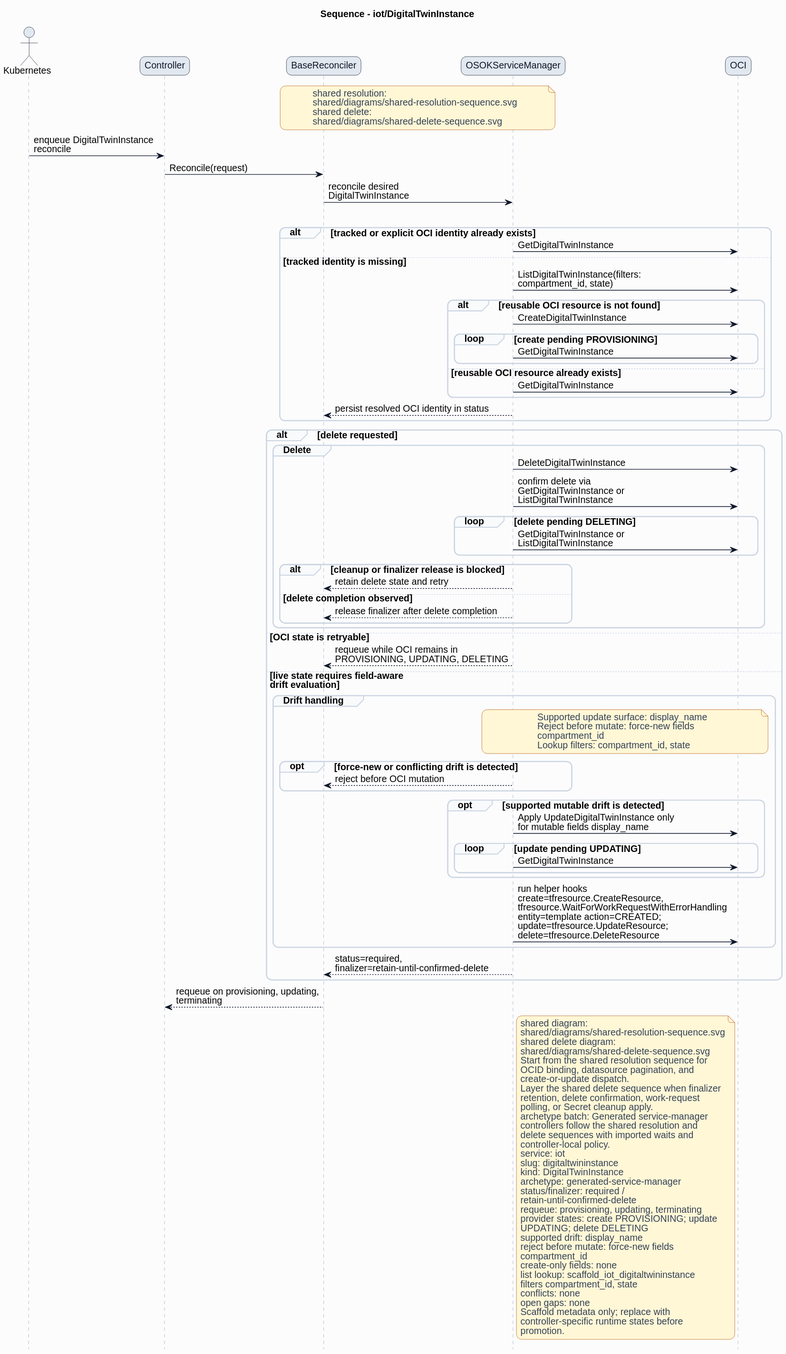
This is formal/controllers/iot/digitaltwininstance/diagrams/sequence.svg from HaoyL666/oci-service-operator, a PlantUML export, as it was before one commit. The source it was exported from:
```plantuml
@startuml
skinparam shadowing false
skinparam backgroundColor #fcfcfd
skinparam defaultFontName Helvetica
skinparam defaultFontSize 14
skinparam arrowColor #0f172a
skinparam noteBackgroundColor #fff7d6
skinparam noteBorderColor #b45309
skinparam noteFontColor #334155
skinparam roundcorner 16
title Sequence - iot/DigitalTwinInstance
hide footbox
skinparam sequence {
  actorBorderColor #0f172a
  actorBackgroundColor #e2e8f0
  participantBorderColor #0f172a
  participantBackgroundColor #e2e8f0
  participantFontColor #0f172a
  lifeLineBorderColor #94a3b8
  groupBorderColor #cbd5e1
  groupBackgroundColor #f8fafc
}
actor Kubernetes
participant Controller
participant BaseReconciler
participant "OSOKServiceManager" as ServiceManager
participant OCI
note over BaseReconciler,ServiceManager
shared resolution:
shared/diagrams/shared-resolution-sequence.svg
shared delete:
shared/diagrams/shared-delete-sequence.svg
end note
Kubernetes -> Controller: enqueue DigitalTwinInstance\nreconcile
Controller -> BaseReconciler: Reconcile(request)
BaseReconciler -> ServiceManager: reconcile desired\nDigitalTwinInstance
group Lookup and bind
alt tracked or explicit OCI identity already exists
ServiceManager -> OCI: GetDigitalTwinInstance
else tracked identity is missing
ServiceManager -> OCI: ListDigitalTwinInstance(filters:\ncompartment_id, state)
alt reusable OCI resource is not found
ServiceManager -> OCI: CreateDigitalTwinInstance
loop create pending PROVISIONING
ServiceManager -> OCI: GetDigitalTwinInstance
end
else reusable OCI resource already exists
ServiceManager -> OCI: GetDigitalTwinInstance
end
ServiceManager --> BaseReconciler: persist resolved OCI identity in status
end
alt delete requested
group Delete
ServiceManager -> OCI: DeleteDigitalTwinInstance
ServiceManager -> OCI: confirm delete via\nGetDigitalTwinInstance or\nListDigitalTwinInstance
loop delete pending DELETING
ServiceManager -> OCI: GetDigitalTwinInstance or\nListDigitalTwinInstance
end
alt cleanup or finalizer release is blocked
ServiceManager --> BaseReconciler: retain delete state and retry
else delete completion observed
ServiceManager --> BaseReconciler: release finalizer after delete completion
end
end
else OCI state is retryable
ServiceManager --> BaseReconciler: requeue while OCI remains in\nPROVISIONING, UPDATING, DELETING
else live state requires field-aware\ndrift evaluation
group Drift handling
note over ServiceManager,OCI
Supported update surface: display_name
Reject before mutate: force-new fields
compartment_id
Lookup filters: compartment_id, state
end note
opt force-new or conflicting drift is detected
ServiceManager --> BaseReconciler: reject before OCI mutation
end
opt supported mutable drift is detected
ServiceManager -> OCI: Apply UpdateDigitalTwinInstance only\nfor mutable fields display_name
loop update pending UPDATING
ServiceManager -> OCI: GetDigitalTwinInstance
end
end
ServiceManager -> OCI: run helper hooks\ncreate=tfresource.CreateResource,\ntfresource.WaitForWorkRequestWithErrorHandling\nentity=template action=CREATED;\nupdate=tfresource.UpdateResource;\ndelete=tfresource.DeleteResource
end
ServiceManager --> BaseReconciler: status=required,\nfinalizer=retain-until-confirmed-delete
end
BaseReconciler --> Controller: requeue on provisioning, updating,\nterminating
note right of ServiceManager
shared diagram:
shared/diagrams/shared-resolution-sequence.svg
shared delete diagram:
shared/diagrams/shared-delete-sequence.svg
Start from the shared resolution sequence for
OCID binding, datasource pagination, and
create-or-update dispatch.
Layer the shared delete sequence when finalizer
retention, delete confirmation, work-request
polling, or Secret cleanup apply.
archetype batch: Generated service-manager
controllers follow the shared resolution and
delete sequences with imported waits and
controller-local policy.
service: iot
slug: digitaltwininstance
kind: DigitalTwinInstance
archetype: generated-service-manager
status/finalizer: required /
retain-until-confirmed-delete
requeue: provisioning, updating, terminating
provider states: create PROVISIONING; update
UPDATING; delete DELETING
supported drift: display_name
reject before mutate: force-new fields
compartment_id
create-only fields: none
list lookup: scaffold_iot_digitaltwininstance
filters compartment_id, state
conflicts: none
open gaps: none
Scaffold metadata only; replace with
controller-specific runtime states before
promotion.
end note
@enduml
```
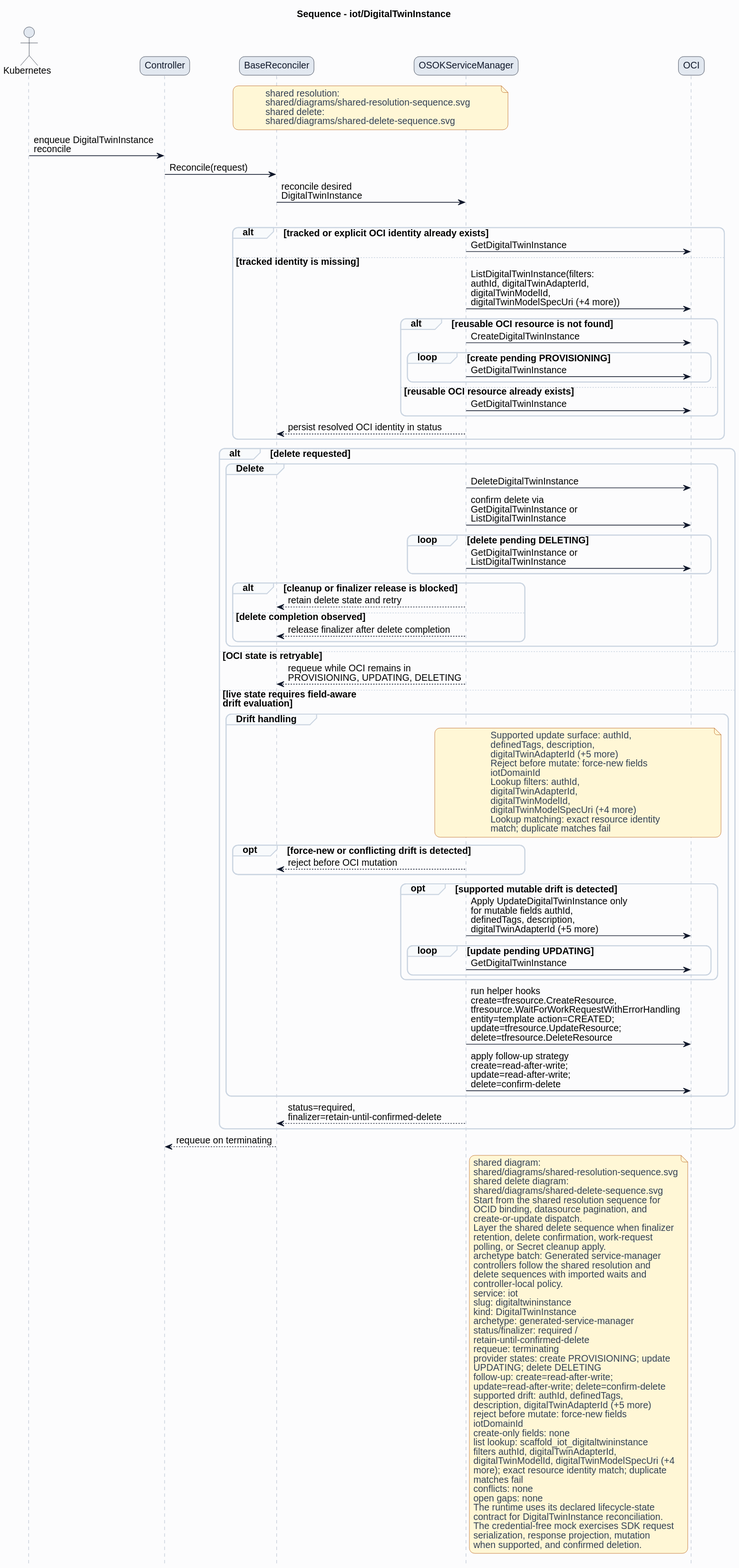
After the change.

The edit, as a diff of the source:
```diff
@@ -38,7 +38,7 @@
 alt tracked or explicit OCI identity already exists
 ServiceManager -> OCI: GetDigitalTwinInstance
 else tracked identity is missing
-ServiceManager -> OCI: ListDigitalTwinInstance(filters:\ncompartment_id, state)
+ServiceManager -> OCI: ListDigitalTwinInstance(filters:\nauthId, digitalTwinAdapterId,\ndigitalTwinModelId,\ndigitalTwinModelSpecUri (+4 more))
 alt reusable OCI resource is not found
 ServiceManager -> OCI: CreateDigitalTwinInstance
 loop create pending PROVISIONING
@@ -67,25 +67,33 @@
 else live state requires field-aware\ndrift evaluation
 group Drift handling
 note over ServiceManager,OCI
-Supported update surface: display_name
+Supported update surface: authId,
+definedTags, description,
+digitalTwinAdapterId (+5 more)
 Reject before mutate: force-new fields
-compartment_id
-Lookup filters: compartment_id, state
+iotDomainId
+Lookup filters: authId,
+digitalTwinAdapterId,
+digitalTwinModelId,
+digitalTwinModelSpecUri (+4 more)
+Lookup matching: exact resource identity
+match; duplicate matches fail
 end note
 opt force-new or conflicting drift is detected
 ServiceManager --> BaseReconciler: reject before OCI mutation
 end
 opt supported mutable drift is detected
-ServiceManager -> OCI: Apply UpdateDigitalTwinInstance only\nfor mutable fields display_name
+ServiceManager -> OCI: Apply UpdateDigitalTwinInstance only\nfor mutable fields authId,\ndefinedTags, description,\ndigitalTwinAdapterId (+5 more)
 loop update pending UPDATING
 ServiceManager -> OCI: GetDigitalTwinInstance
 end
 end
 ServiceManager -> OCI: run helper hooks\ncreate=tfresource.CreateResource,\ntfresource.WaitForWorkRequestWithErrorHandling\nentity=template action=CREATED;\nupdate=tfresource.UpdateResource;\ndelete=tfresource.DeleteResource
+ServiceManager -> OCI: apply follow-up strategy\ncreate=read-after-write;\nupdate=read-after-write;\ndelete=confirm-delete
 end
 ServiceManager --> BaseReconciler: status=required,\nfinalizer=retain-until-confirmed-delete
 end
-BaseReconciler --> Controller: requeue on provisioning, updating,\nterminating
+BaseReconciler --> Controller: requeue on terminating
 note right of ServiceManager
 shared diagram:
 shared/diagrams/shared-resolution-sequence.svg
@@ -107,19 +115,27 @@
 archetype: generated-service-manager
 status/finalizer: required /
 retain-until-confirmed-delete
-requeue: provisioning, updating, terminating
+requeue: terminating
 provider states: create PROVISIONING; update
 UPDATING; delete DELETING
-supported drift: display_name
+follow-up: create=read-after-write;
+update=read-after-write; delete=confirm-delete
+supported drift: authId, definedTags,
+description, digitalTwinAdapterId (+5 more)
 reject before mutate: force-new fields
-compartment_id
+iotDomainId
 create-only fields: none
 list lookup: scaffold_iot_digitaltwininstance
-filters compartment_id, state
+filters authId, digitalTwinAdapterId,
+digitalTwinModelId, digitalTwinModelSpecUri (+4
+more); exact resource identity match; duplicate
+matches fail
 conflicts: none
 open gaps: none
-Scaffold metadata only; replace with
-controller-specific runtime states before
-promotion.
+The runtime uses its declared lifecycle-state
+contract for DigitalTwinInstance reconciliation.
+The credential-free mock exercises SDK request
+serialization, response projection, mutation
+when supported, and confirmed deletion.
 end note
 @enduml
```
